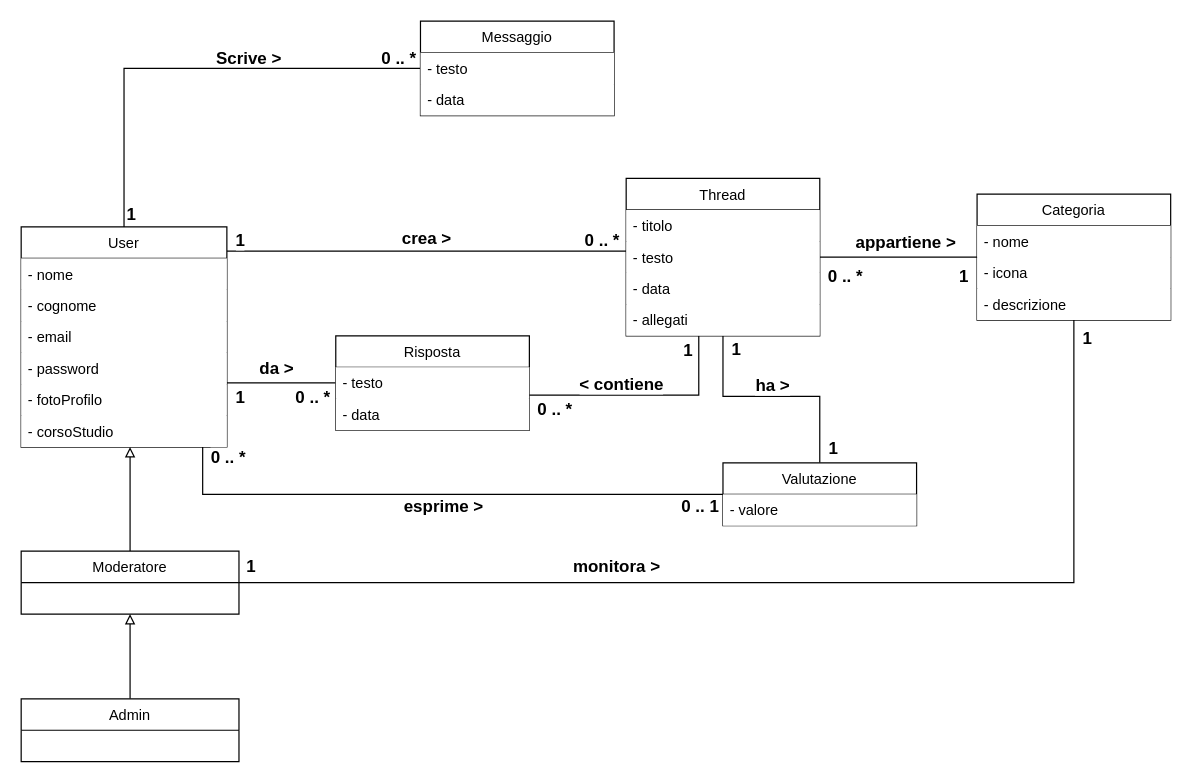
Above: Documentazione/Diagrammi/Diagramma entita.drawio in EdoPan/UniChat (draw.io), before the change. Source tidied: cells renumbered, new cells numbered last; positions are measured from the earlier drawing's top-left corner, leaving out a move shared by most shapes. Both pictures are drawn from the tidied source at 121%, with x=0, y=0 at pixel (21, 21).
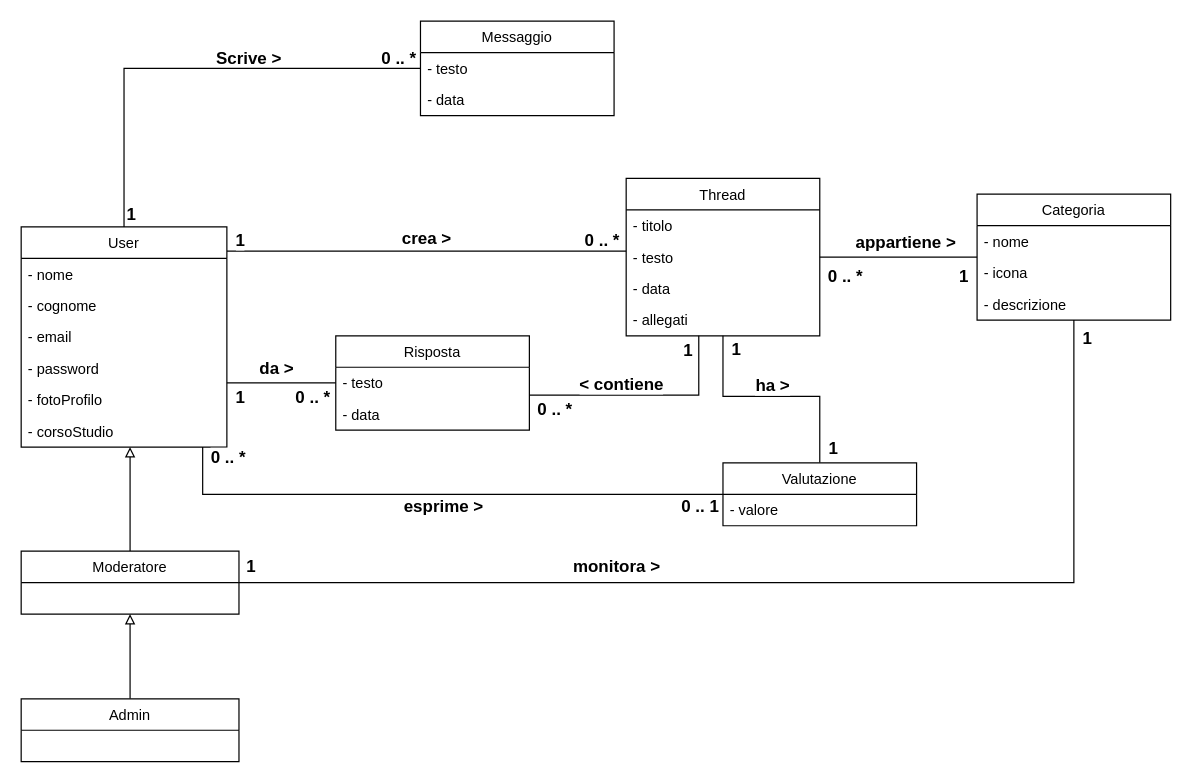
After the change.

Unchanged cells that the change refers to:
```xml
<mxCell id="13" value="User" style="swimlane;fontStyle=0;horizontal=1;startSize=26;" parent="1" vertex="1">
  <mxGeometry y="170" width="170" height="182" as="geometry" />
</mxCell>
<mxCell id="20" value="Messaggio" style="swimlane;fontStyle=0;horizontal=1;startSize=26;" parent="1" vertex="1">
  <mxGeometry x="330" width="160" height="78" as="geometry" />
</mxCell>
<mxCell id="23" value="Risposta" style="swimlane;fontStyle=0;horizontal=1;startSize=26;" parent="1" vertex="1">
  <mxGeometry x="260" y="260" width="160" height="78" as="geometry" />
</mxCell>
<mxCell id="34" value="Valutazione" style="swimlane;fontStyle=0;horizontal=1;startSize=26;" parent="1" vertex="1">
  <mxGeometry x="580" y="365" width="160" height="52" as="geometry" />
</mxCell>
<mxCell id="44" value="Thread" style="swimlane;fontStyle=0;horizontal=1;startSize=26;" parent="1" vertex="1">
  <mxGeometry x="500" y="130" width="160" height="130" as="geometry" />
</mxCell>
<mxCell id="49" value="Categoria" style="swimlane;fontStyle=0;horizontal=1;startSize=26;" parent="1" vertex="1">
  <mxGeometry x="790" y="143" width="160" height="104" as="geometry" />
</mxCell>
```

The edit, as a diff of the source:
```diff
@@
-    <mxCell id="14" value="- nome" style="text;align=left;verticalAlign=top;spacingLeft=4;spacingRight=4;overflow=hidden;fillColor=#ffffff;" parent="13" vertex="1">
+    <mxCell id="14" value="- nome" style="text;align=left;verticalAlign=top;spacingLeft=4;spacingRight=4;overflow=hidden;" parent="13" vertex="1">
       <mxGeometry y="26" width="170" height="26" as="geometry" />
     </mxCell>
-    <mxCell id="15" value="- cognome" style="text;align=left;verticalAlign=top;spacingLeft=4;spacingRight=4;overflow=hidden;fillColor=#ffffff;" parent="13" vertex="1">
+    <mxCell id="15" value="- cognome" style="text;align=left;verticalAlign=top;spacingLeft=4;spacingRight=4;overflow=hidden;" parent="13" vertex="1">
       <mxGeometry y="52" width="170" height="26" as="geometry" />
     </mxCell>
-    <mxCell id="16" value="- email" style="text;align=left;verticalAlign=top;spacingLeft=4;spacingRight=4;overflow=hidden;fillColor=#ffffff;" parent="13" vertex="1">
+    <mxCell id="16" value="- email" style="text;align=left;verticalAlign=top;spacingLeft=4;spacingRight=4;overflow=hidden;" parent="13" vertex="1">
       <mxGeometry y="78" width="170" height="26" as="geometry" />
     </mxCell>
-    <mxCell id="17" value="- password" style="text;align=left;verticalAlign=top;spacingLeft=4;spacingRight=4;overflow=hidden;fillColor=#ffffff;" parent="13" vertex="1">
+    <mxCell id="17" value="- password" style="text;align=left;verticalAlign=top;spacingLeft=4;spacingRight=4;overflow=hidden;" parent="13" vertex="1">
       <mxGeometry y="104" width="170" height="26" as="geometry" />
     </mxCell>
-    <mxCell id="18" value="- fotoProfilo" style="text;align=left;verticalAlign=top;spacingLeft=4;spacingRight=4;overflow=hidden;fillColor=#ffffff;" parent="13" vertex="1">
+    <mxCell id="18" value="- fotoProfilo" style="text;align=left;verticalAlign=top;spacingLeft=4;spacingRight=4;overflow=hidden;" parent="13" vertex="1">
       <mxGeometry y="130" width="170" height="26" as="geometry" />
     </mxCell>
-    <mxCell id="19" value="- corsoStudio" style="text;align=left;verticalAlign=top;spacingLeft=4;spacingRight=4;overflow=hidden;fillColor=#ffffff;" parent="13" vertex="1">
+    <mxCell id="19" value="- corsoStudio" style="text;align=left;verticalAlign=top;spacingLeft=4;spacingRight=4;overflow=hidden;" parent="13" vertex="1">
       <mxGeometry y="156" width="170" height="26" as="geometry" />
     </mxCell>
@@
-    <mxCell id="21" value="- testo" style="text;strokeColor=none;align=left;verticalAlign=top;spacingLeft=4;spacingRight=4;overflow=hidden;points=[[0,0.5],[1,0.5]];portConstraint=eastwest;fillColor=#ffffff;" parent="20" vertex="1">
+    <mxCell id="21" value="- testo" style="text;strokeColor=none;align=left;verticalAlign=top;spacingLeft=4;spacingRight=4;overflow=hidden;points=[[0,0.5],[1,0.5]];portConstraint=eastwest;" parent="20" vertex="1">
       <mxGeometry y="26" width="160" height="26" as="geometry" />
     </mxCell>
-    <mxCell id="22" value="- data" style="text;strokeColor=none;align=left;verticalAlign=top;spacingLeft=4;spacingRight=4;overflow=hidden;fillColor=#ffffff;" parent="20" vertex="1">
+    <mxCell id="22" value="- data" style="text;strokeColor=none;align=left;verticalAlign=top;spacingLeft=4;spacingRight=4;overflow=hidden;" parent="20" vertex="1">
       <mxGeometry y="52" width="160" height="26" as="geometry" />
     </mxCell>
@@
-    <mxCell id="24" value="- testo" style="text;strokeColor=none;align=left;verticalAlign=top;spacingLeft=4;spacingRight=4;overflow=hidden;points=[[0,0.5],[1,0.5]];portConstraint=eastwest;fillColor=#ffffff;" parent="23" vertex="1">
+    <mxCell id="24" value="- testo" style="text;strokeColor=none;align=left;verticalAlign=top;spacingLeft=4;spacingRight=4;overflow=hidden;points=[[0,0.5],[1,0.5]];portConstraint=eastwest;" parent="23" vertex="1">
       <mxGeometry y="26" width="160" height="26" as="geometry" />
     </mxCell>
-    <mxCell id="25" value="- data" style="text;strokeColor=none;align=left;verticalAlign=top;spacingLeft=4;spacingRight=4;overflow=hidden;fillColor=#ffffff;" parent="23" vertex="1">
+    <mxCell id="25" value="- data" style="text;strokeColor=none;align=left;verticalAlign=top;spacingLeft=4;spacingRight=4;overflow=hidden;" parent="23" vertex="1">
       <mxGeometry y="52" width="160" height="26" as="geometry" />
     </mxCell>
@@
-    <mxCell id="35" value="- valore" style="text;strokeColor=none;align=left;verticalAlign=top;spacingLeft=4;spacingRight=4;overflow=hidden;fillColor=#ffffff;" parent="34" vertex="1">
+    <mxCell id="35" value="- valore" style="text;strokeColor=none;align=left;verticalAlign=top;spacingLeft=4;spacingRight=4;overflow=hidden;" parent="34" vertex="1">
       <mxGeometry y="26" width="160" height="26" as="geometry" />
     </mxCell>
@@
-    <mxCell id="45" value="- titolo" style="text;align=left;verticalAlign=top;spacingLeft=4;spacingRight=4;overflow=hidden;fillColor=#ffffff;" parent="44" vertex="1">
+    <mxCell id="45" value="- titolo" style="text;align=left;verticalAlign=top;spacingLeft=4;spacingRight=4;overflow=hidden;" parent="44" vertex="1">
       <mxGeometry y="26" width="160" height="26" as="geometry" />
     </mxCell>
-    <mxCell id="46" value="- testo" style="text;align=left;verticalAlign=top;spacingLeft=4;spacingRight=4;overflow=hidden;fillColor=#ffffff;" parent="44" vertex="1">
+    <mxCell id="46" value="- testo" style="text;align=left;verticalAlign=top;spacingLeft=4;spacingRight=4;overflow=hidden;" parent="44" vertex="1">
       <mxGeometry y="52" width="160" height="26" as="geometry" />
     </mxCell>
-    <mxCell id="47" value="- data" style="text;align=left;verticalAlign=top;spacingLeft=4;spacingRight=4;overflow=hidden;fillColor=#ffffff;" parent="44" vertex="1">
+    <mxCell id="47" value="- data" style="text;align=left;verticalAlign=top;spacingLeft=4;spacingRight=4;overflow=hidden;" parent="44" vertex="1">
       <mxGeometry y="78" width="160" height="26" as="geometry" />
     </mxCell>
-    <mxCell id="48" value="- allegati" style="text;align=left;verticalAlign=top;spacingLeft=4;spacingRight=4;overflow=hidden;fillColor=#ffffff;" parent="44" vertex="1">
+    <mxCell id="48" value="- allegati" style="text;align=left;verticalAlign=top;spacingLeft=4;spacingRight=4;overflow=hidden;" parent="44" vertex="1">
       <mxGeometry y="104" width="160" height="26" as="geometry" />
     </mxCell>
@@
-    <mxCell id="50" value="- nome" style="text;align=left;verticalAlign=top;spacingLeft=4;spacingRight=4;overflow=hidden;fillColor=#ffffff;" parent="49" vertex="1">
+    <mxCell id="50" value="- nome" style="text;align=left;verticalAlign=top;spacingLeft=4;spacingRight=4;overflow=hidden;" parent="49" vertex="1">
       <mxGeometry y="26" width="160" height="26" as="geometry" />
     </mxCell>
-    <mxCell id="51" value="- icona" style="text;align=left;verticalAlign=top;spacingLeft=4;spacingRight=4;overflow=hidden;fillColor=#ffffff;" parent="49" vertex="1">
+    <mxCell id="51" value="- icona" style="text;align=left;verticalAlign=top;spacingLeft=4;spacingRight=4;overflow=hidden;" parent="49" vertex="1">
       <mxGeometry y="52" width="160" height="26" as="geometry" />
     </mxCell>
-    <mxCell id="52" value="- descrizione" style="text;align=left;verticalAlign=top;spacingLeft=4;spacingRight=4;overflow=hidden;fillColor=#ffffff;" parent="49" vertex="1">
+    <mxCell id="52" value="- descrizione" style="text;align=left;verticalAlign=top;spacingLeft=4;spacingRight=4;overflow=hidden;" parent="49" vertex="1">
       <mxGeometry y="78" width="160" height="26" as="geometry" />
     </mxCell>
```
